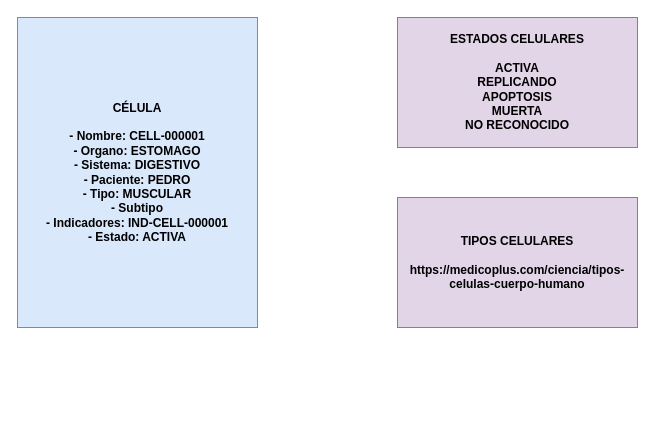
Before: page "CELULA" (3 of 6) of arch-design/cellprom-arch-functionality.drawio in cellprom/cellprom-arq-doc, a draw.io diagram. Source tidied: cells renumbered, new cells numbered last; positions are measured from the earlier drawing's top-left corner, leaving out a move shared by most shapes. Both pictures are drawn from the tidied source at 100%, with x=0, y=0 at pixel (17, 17).
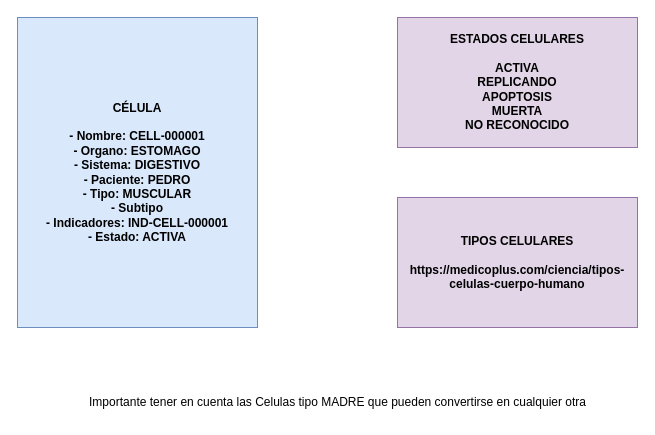
Above is the later version.

Diff of the diagram source:
```diff
@@
 <mxGraphModel>
   <root>
     <mxCell id="0" />
     <mxCell id="1" parent="0" />
     <mxCell id="2" value="CÉLULA&lt;br&gt;&lt;br&gt;- Nombre: CELL-000001&lt;br&gt;- Organo: ESTOMAGO&lt;br&gt;- Sistema: DIGESTIVO&lt;br&gt;- Paciente: PEDRO&lt;br&gt;- Tipo: MUSCULAR&lt;br&gt;- Subtipo&lt;br&gt;- Indicadores: IND-CELL-000001&lt;br&gt;- Estado: ACTIVA" style="whiteSpace=wrap;html=1;fillColor=#dae8fc;strokeColor=#6c8ebf;fontStyle=1;" parent="1" vertex="1">
       <mxGeometry width="240" height="310" as="geometry" />
     </mxCell>
     <mxCell id="3" value="ESTADOS CELULARES&lt;br&gt;&lt;br&gt;ACTIVA&lt;br&gt;REPLICANDO&lt;br&gt;APOPTOSIS&lt;br&gt;MUERTA&lt;br&gt;NO RECONOCIDO" style="whiteSpace=wrap;html=1;fillColor=#e1d5e7;strokeColor=#9673a6;fontStyle=1;" parent="1" vertex="1">
       <mxGeometry x="380" width="240" height="130" as="geometry" />
     </mxCell>
     <mxCell id="4" value="TIPOS CELULARES&lt;br&gt;&lt;br&gt;https://medicoplus.com/ciencia/tipos-celulas-cuerpo-humano" style="whiteSpace=wrap;html=1;fillColor=#e1d5e7;strokeColor=#9673a6;fontStyle=1;" parent="1" vertex="1">
       <mxGeometry x="380" y="180" width="240" height="130" as="geometry" />
     </mxCell>
+    <mxCell id="5" value="Importante tener en cuenta las Celulas tipo MADRE que pueden convertirse en cualquier otra" style="text;html=1;align=center;verticalAlign=middle;strokeColor=none;fillColor=none;" parent="1" vertex="1">
+      <mxGeometry x="60" y="370" width="520" height="30" as="geometry" />
+    </mxCell>
   </root>
 </mxGraphModel>
```
